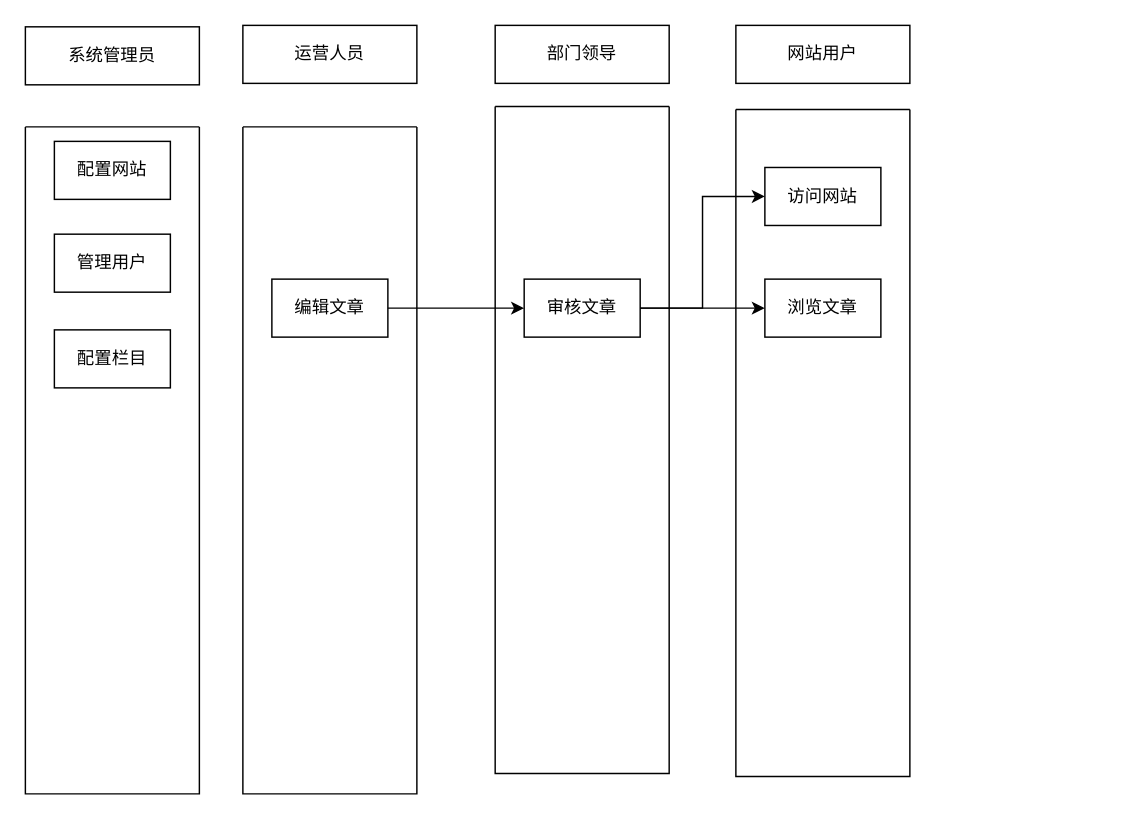
Earlier version of the draw.io diagram 业务流程.drawio (zhangfengman/autoJs). Source tidied: cells renumbered, new cells numbered last; positions are measured from the earlier drawing's top-left corner, leaving out a move shared by most shapes. Both pictures are drawn from the tidied source at 145%, with x=0, y=0 at pixel (25, 25).
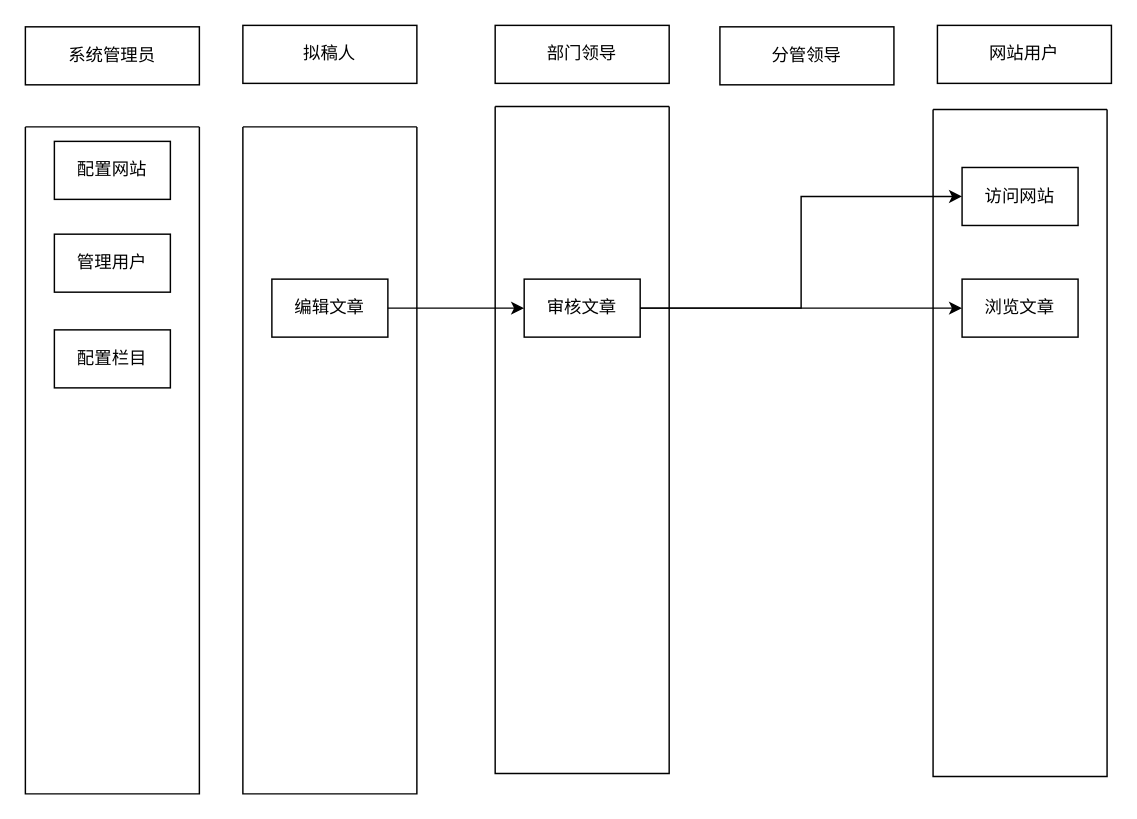
The same page after the edit.

Commit message (it also covers changes not shown here):
更新业务流程.drawio

Change to the diagram source:
```diff
@@
-    <mxCell id="4" value="运营人员" style="rounded=0;whiteSpace=wrap;html=1;" parent="1" vertex="1">
+    <mxCell id="4" value="拟稿人" style="rounded=0;whiteSpace=wrap;html=1;" parent="1" vertex="1">
       <mxGeometry x="150" width="120" height="40" as="geometry" />
     </mxCell>
@@
     <mxCell id="6" value="网站用户" style="rounded=0;whiteSpace=wrap;html=1;" parent="1" vertex="1">
-      <mxGeometry x="490" width="120" height="40" as="geometry" />
+      <mxGeometry x="629" width="120" height="40" as="geometry" />
     </mxCell>
     <mxCell id="7" style="swimlane;startSize=0;" parent="1" vertex="1">
-      <mxGeometry x="490" y="58" width="120" height="460" as="geometry" />
+      <mxGeometry x="626" y="58" width="120" height="460" as="geometry" />
     </mxCell>
@@
+    <mxCell id="20" value="分管领导" style="rounded=0;whiteSpace=wrap;html=1;" parent="1" vertex="1">
+      <mxGeometry x="479" y="1" width="120" height="40" as="geometry" />
+    </mxCell>
```
